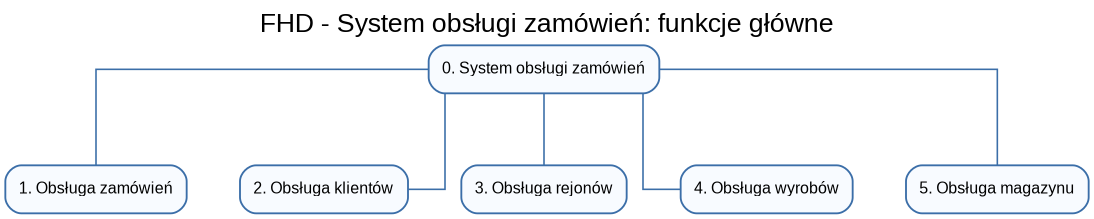
Above: inzynieria/cwiczenie_6_diagramy/fhd_01_glowne_funkcje.png in kubatrojanowski538-create/prz (Graphviz), before the change. Its source is kept beside it as inzynieria/cwiczenie_6_diagramy/fhd_01_glowne_funkcje.dot.
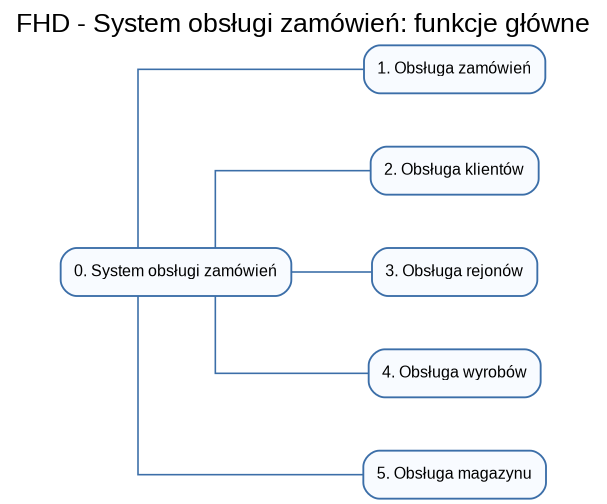
Above is the later version.

Diff of the diagram source:
```diff
@@ -1,6 +1,6 @@
 digraph G {
   graph [
-    rankdir=TB,
+    rankdir=LR,
     splines=ortho,
     nodesep=0.55,
     ranksep=0.75,
```
